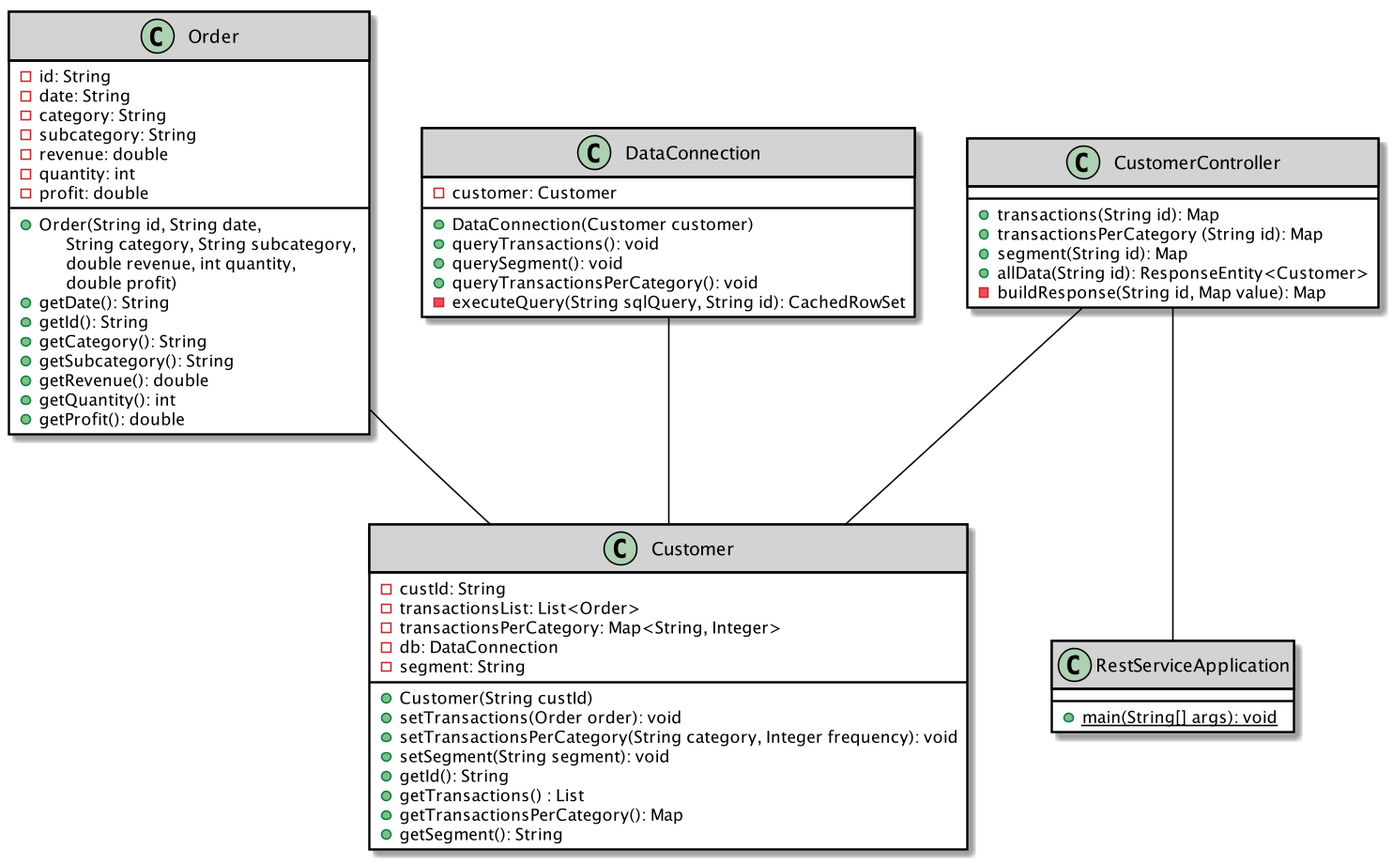
Above: customer.png in steffenkk/CustomerRestService (PlantUML), before the change.
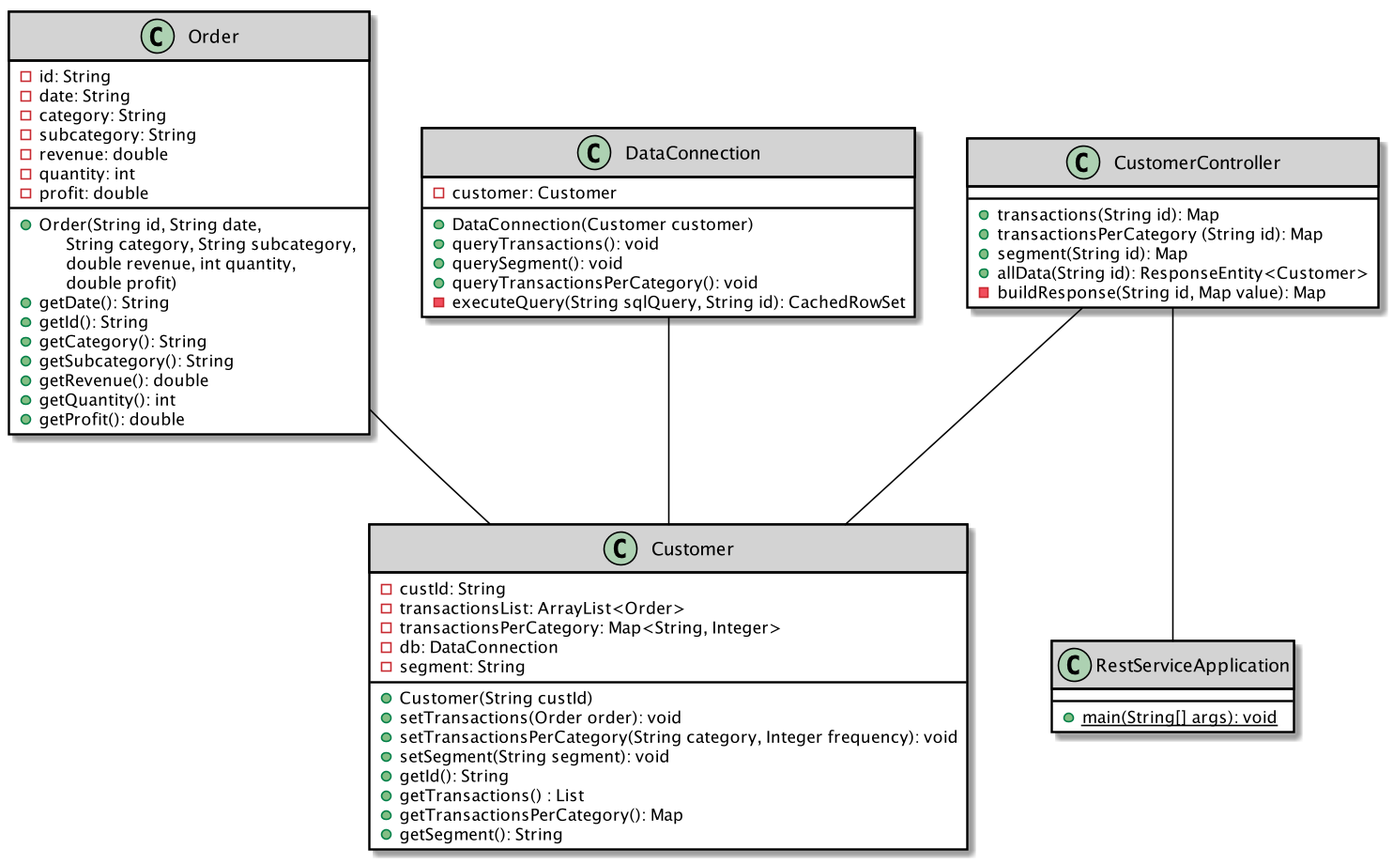
The same file after the commit.

The edit, as a diff of the source:
```diff
@@ -8,7 +8,7 @@
 
 class Customer {
     - custId: String
-    - transactionsList: List<Order>
+    - transactionsList: ArrayList<Order>
     - transactionsPerCategory: Map<String, Integer>
     - db: DataConnection
     - segment: String
```
